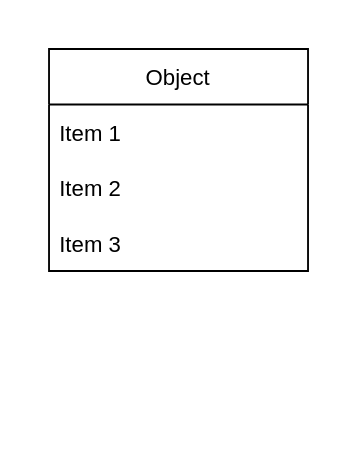
Before: ReadMe/Untitled Diagram.drawio in annnnng/CSC-212-Final-Project, a draw.io diagram. Source tidied: cells renumbered, new cells numbered last; positions are measured from the earlier drawing's top-left corner, leaving out a move shared by most shapes. Both pictures are drawn from the tidied source at 185%, with x=0, y=0 at pixel (48, 48).
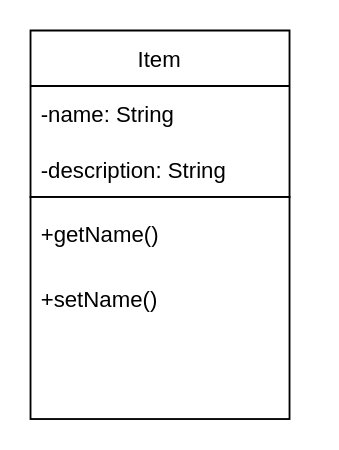
The same page after the edit.

The edit, as a diff of the source:
```diff
@@
 <mxGraphModel>
   <root>
     <mxCell id="0" />
     <mxCell id="1" parent="0" />
+    <mxCell id="6" style="group;" parent="1" vertex="1">
+      <mxGeometry x="-10" y="-10" width="140" height="210" as="geometry" />
+    </mxCell>
-    <mxCell id="2" value="Object" style="swimlane;fontStyle=0;horizontal=1;startSize=30;" parent="1" vertex="1">
-      <mxGeometry width="140" height="120" as="geometry" />
+    <mxCell id="2" value="Item" style="swimlane;fontStyle=0;horizontal=1;startSize=30;rounded=0;" parent="6" vertex="1">
+      <mxGeometry width="140" height="90" as="geometry" />
     </mxCell>
-    <mxCell id="3" value="Item 1" style="text;strokeColor=none;fillColor=none;align=left;verticalAlign=middle;spacingLeft=4;spacingRight=4;overflow=hidden;" parent="2" vertex="1">
+    <mxCell id="3" value="-name: String" style="text;strokeColor=none;fillColor=none;align=left;verticalAlign=middle;spacingLeft=4;spacingRight=4;overflow=hidden;rounded=0;" parent="2" vertex="1">
       <mxGeometry y="30" width="140" height="30" as="geometry" />
     </mxCell>
-    <mxCell id="4" value="Item 2" style="text;strokeColor=none;fillColor=none;align=left;verticalAlign=middle;spacingLeft=4;spacingRight=4;overflow=hidden;" parent="2" vertex="1">
+    <mxCell id="4" value="-description: String" style="text;strokeColor=none;fillColor=none;align=left;verticalAlign=middle;spacingLeft=4;spacingRight=4;overflow=hidden;rounded=0;" parent="2" vertex="1">
       <mxGeometry y="60" width="140" height="30" as="geometry" />
     </mxCell>
-    <mxCell id="5" value="Item 3" style="text;strokeColor=none;fillColor=none;align=left;verticalAlign=middle;spacingLeft=4;spacingRight=4;overflow=hidden;" parent="2" vertex="1">
-      <mxGeometry y="90" width="140" height="30" as="geometry" />
-    </mxCell>
+    <mxCell id="7" style="rounded=0;whiteSpace=wrap;html=1;strokeColor=default;" parent="6" vertex="1">
+      <mxGeometry y="90" width="140" height="120" as="geometry" />
+    </mxCell>
+    <mxCell id="8" value="+getName()" style="text;strokeColor=none;fillColor=none;align=left;verticalAlign=middle;spacingLeft=4;spacingRight=4;overflow=hidden;" parent="6" vertex="1">
+      <mxGeometry y="90" width="140" height="40" as="geometry" />
+    </mxCell>
+    <mxCell id="9" value="+setName()" style="text;strokeColor=none;fillColor=none;align=left;verticalAlign=middle;spacingLeft=4;spacingRight=4;overflow=hidden;" parent="6" vertex="1">
+      <mxGeometry y="130" width="80" height="30" as="geometry" />
+    </mxCell>
   </root>
 </mxGraphModel>
```
